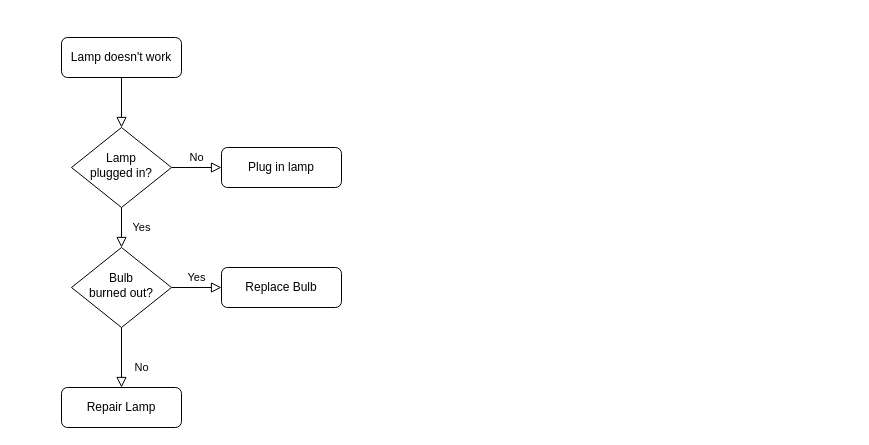
Earlier version of the draw.io diagram Diagrama sin título.drawio (gamboacarlos/preview-test). Source tidied: cells renumbered, new cells numbered last; positions are measured from the earlier drawing's top-left corner, leaving out a move shared by most shapes. Both pictures are drawn from the tidied source at 100%, with x=0, y=0 at pixel (61, 37).
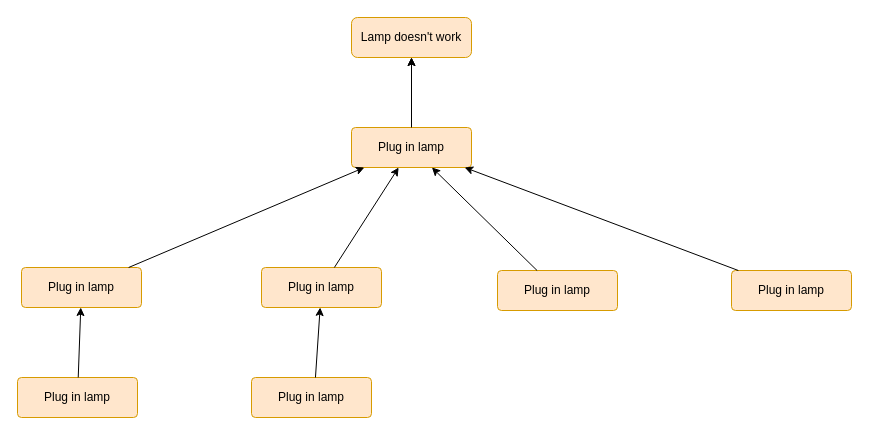
The same diagram, later.

What changed in the source:
```diff
@@
 <mxGraphModel>
   <root>
     <mxCell id="0" />
     <mxCell id="1" parent="0" />
-    <mxCell id="2" style="rounded=0;html=1;jettySize=auto;fontSize=11;endArrow=block;endFill=0;endSize=8;strokeWidth=1;shadow=0;labelBackgroundColor=none;edgeStyle=orthogonalEdgeStyle;" parent="1" edge="1" source="3" target="6">
-      <mxGeometry relative="1" as="geometry" />
-    </mxCell>
-    <mxCell id="3" value="Lamp doesn't work" style="rounded=1;whiteSpace=wrap;html=1;fontSize=12;glass=0;strokeWidth=1;shadow=0;" parent="1" vertex="1">
-      <mxGeometry width="120" height="40" as="geometry" />
+    <mxCell id="3" value="Lamp doesn't work" style="rounded=1;whiteSpace=wrap;html=1;fontSize=12;glass=0;strokeWidth=1;shadow=0;fillColor=#ffe6cc;strokeColor=#d79b00;" parent="1" vertex="1">
+      <mxGeometry x="290" y="-20" width="120" height="40" as="geometry" />
     </mxCell>
-    <mxCell id="4" value="Yes" style="rounded=0;html=1;jettySize=auto;fontSize=11;endArrow=block;endFill=0;endSize=8;strokeWidth=1;shadow=0;labelBackgroundColor=none;edgeStyle=orthogonalEdgeStyle;" parent="1" edge="1" source="6" target="10">
-      <mxGeometry y="20" relative="1" as="geometry" />
-    </mxCell>
-    <mxCell id="5" value="No" style="edgeStyle=orthogonalEdgeStyle;rounded=0;html=1;jettySize=auto;fontSize=11;endArrow=block;endFill=0;endSize=8;strokeWidth=1;shadow=0;labelBackgroundColor=none;" parent="1" edge="1" source="6" target="7">
-      <mxGeometry y="10" relative="1" as="geometry" />
-    </mxCell>
-    <mxCell id="6" value="Lamp&lt;br&gt;plugged in?" style="rhombus;whiteSpace=wrap;html=1;shadow=0;fontFamily=Helvetica;fontSize=12;align=center;strokeWidth=1;spacing=6;spacingTop=-4;" parent="1" vertex="1">
-      <mxGeometry x="10" y="90" width="100" height="80" as="geometry" />
-    </mxCell>
+    <mxCell id="13" style="edgeStyle=none;rounded=0;jettySize=auto;html=1;" parent="1" edge="1" source="7" target="3">
+      <mxGeometry relative="1" as="geometry" />
+    </mxCell>
-    <mxCell id="7" value="Plug in lamp" style="rounded=1;whiteSpace=wrap;html=1;fontSize=12;glass=0;strokeWidth=1;shadow=0;" parent="1" vertex="1">
-      <mxGeometry x="160" y="110" width="120" height="40" as="geometry" />
+    <mxCell id="7" value="Plug in lamp" style="rounded=1;whiteSpace=wrap;html=1;fontSize=12;glass=0;strokeWidth=1;shadow=0;arcSize=10;fillColor=#ffe6cc;strokeColor=#d79b00;" parent="1" vertex="1">
+      <mxGeometry x="290" y="90" width="120" height="40" as="geometry" />
     </mxCell>
-    <mxCell id="8" value="No" style="rounded=0;html=1;jettySize=auto;fontSize=11;endArrow=block;endFill=0;endSize=8;strokeWidth=1;shadow=0;labelBackgroundColor=none;edgeStyle=orthogonalEdgeStyle;" parent="1" edge="1" source="10" target="11">
-      <mxGeometry x="0.33" y="20" relative="1" as="geometry" />
-    </mxCell>
-    <mxCell id="9" value="Yes" style="edgeStyle=orthogonalEdgeStyle;rounded=0;html=1;jettySize=auto;fontSize=11;endArrow=block;endFill=0;endSize=8;strokeWidth=1;shadow=0;labelBackgroundColor=none;" parent="1" edge="1" source="10" target="12">
-      <mxGeometry y="10" relative="1" as="geometry" />
-    </mxCell>
-    <mxCell id="10" value="Bulb&lt;br&gt;burned out?" style="rhombus;whiteSpace=wrap;html=1;shadow=0;fontFamily=Helvetica;fontSize=12;align=center;strokeWidth=1;spacing=6;spacingTop=-4;" parent="1" vertex="1">
-      <mxGeometry x="10" y="210" width="100" height="80" as="geometry" />
-    </mxCell>
-    <mxCell id="11" value="Repair Lamp" style="rounded=1;whiteSpace=wrap;html=1;fontSize=12;glass=0;strokeWidth=1;shadow=0;" parent="1" vertex="1">
-      <mxGeometry y="350" width="120" height="40" as="geometry" />
-    </mxCell>
-    <mxCell id="12" value="Replace Bulb" style="rounded=1;whiteSpace=wrap;html=1;fontSize=12;glass=0;strokeWidth=1;shadow=0;" parent="1" vertex="1">
-      <mxGeometry x="160" y="230" width="120" height="40" as="geometry" />
-    </mxCell>
+    <mxCell id="14" style="endArrow=classic;html=1;rounded=0;" parent="1" edge="1" source="7" target="3">
+      <mxGeometry relative="1" as="geometry" />
+    </mxCell>
+    <mxCell id="15" value="Plug in lamp" style="rounded=1;whiteSpace=wrap;html=1;fontSize=12;glass=0;strokeWidth=1;shadow=0;arcSize=10;fillColor=#ffe6cc;strokeColor=#d79b00;" parent="1" vertex="1">
+      <mxGeometry x="-40" y="230" width="120" height="40" as="geometry" />
+    </mxCell>
+    <mxCell id="16" style="endArrow=classic;html=1;rounded=0;" parent="1" edge="1" source="15" target="7">
+      <mxGeometry relative="1" as="geometry" />
+    </mxCell>
+    <mxCell id="17" value="Plug in lamp" style="rounded=1;whiteSpace=wrap;html=1;fontSize=12;glass=0;strokeWidth=1;shadow=0;arcSize=10;fillColor=#ffe6cc;strokeColor=#d79b00;" parent="1" vertex="1">
+      <mxGeometry x="200" y="230" width="120" height="40" as="geometry" />
+    </mxCell>
+    <mxCell id="18" value="Plug in lamp" style="rounded=1;whiteSpace=wrap;html=1;fontSize=12;glass=0;strokeWidth=1;shadow=0;arcSize=10;fillColor=#ffe6cc;strokeColor=#d79b00;" parent="1" vertex="1">
+      <mxGeometry x="436" y="233" width="120" height="40" as="geometry" />
+    </mxCell>
+    <mxCell id="19" style="endArrow=classic;html=1;rounded=0;" parent="1" edge="1" source="18" target="7">
+      <mxGeometry relative="1" as="geometry" />
+    </mxCell>
+    <mxCell id="20" value="Plug in lamp" style="rounded=1;whiteSpace=wrap;html=1;fontSize=12;glass=0;strokeWidth=1;shadow=0;arcSize=10;fillColor=#ffe6cc;strokeColor=#d79b00;" parent="1" vertex="1">
+      <mxGeometry x="-44" y="340" width="120" height="40" as="geometry" />
+    </mxCell>
+    <mxCell id="21" value="Plug in lamp" style="rounded=1;whiteSpace=wrap;html=1;fontSize=12;glass=0;strokeWidth=1;shadow=0;arcSize=10;fillColor=#ffe6cc;strokeColor=#d79b00;" parent="1" vertex="1">
+      <mxGeometry x="190" y="340" width="120" height="40" as="geometry" />
+    </mxCell>
+    <mxCell id="22" style="endArrow=classic;html=1;rounded=0;exitX=0.533;exitY=0;exitDx=0;exitDy=0;exitPerimeter=0;" parent="1" edge="1" source="21" target="17">
+      <mxGeometry relative="1" as="geometry" />
+    </mxCell>
+    <mxCell id="23" style="endArrow=classic;html=1;rounded=0;" parent="1" edge="1" source="20" target="15">
+      <mxGeometry relative="1" as="geometry" />
+    </mxCell>
+    <mxCell id="24" value="Plug in lamp" style="rounded=1;whiteSpace=wrap;html=1;fontSize=12;glass=0;strokeWidth=1;shadow=0;arcSize=10;fillColor=#ffe6cc;strokeColor=#d79b00;" parent="1" vertex="1">
+      <mxGeometry x="670" y="233" width="120" height="40" as="geometry" />
+    </mxCell>
+    <mxCell id="25" style="endArrow=classic;html=1;rounded=0;" parent="1" edge="1" source="24" target="7">
+      <mxGeometry relative="1" as="geometry" />
+    </mxCell>
+    <mxCell id="26" style="endArrow=classic;html=1;rounded=0;" parent="1" edge="1" source="17" target="7">
+      <mxGeometry relative="1" as="geometry" />
+    </mxCell>
   </root>
 </mxGraphModel>
```
